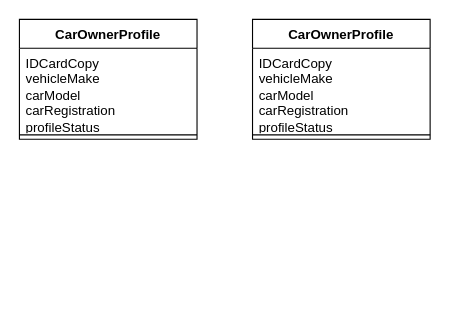
Earlier version of the draw.io diagram Domain model.drawio (Cluster321/TDDC88). Source tidied: cells renumbered, new cells numbered last; positions are measured from the earlier drawing's top-left corner, leaving out a move shared by most shapes. Both pictures are drawn from the tidied source at 111%, with x=0, y=0 at pixel (19, 19).
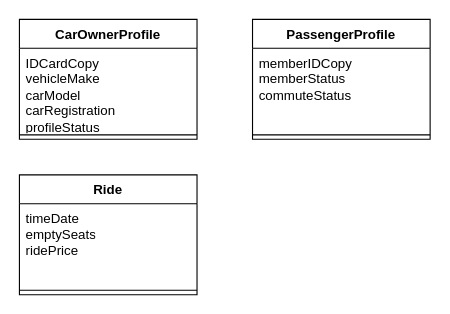
Above is the later version.

The edit, as a diff of the source:
```diff
@@
 <mxGraphModel>
   <root>
     <mxCell id="0" />
     <mxCell id="1" parent="0" />
     <mxCell id="2" value="CarOwnerProfile" style="swimlane;fontStyle=1;align=center;verticalAlign=top;horizontal=1;startSize=26;whiteSpace=wrap;html=1;" parent="1" vertex="1">
       <mxGeometry width="160" height="108" as="geometry" />
     </mxCell>
     <mxCell id="3" value="&lt;div&gt;IDCardCopy&lt;/div&gt;&lt;div&gt;vehicleMake&lt;/div&gt;&lt;div&gt;carModel&lt;/div&gt;&lt;div&gt;carRegistration&lt;/div&gt;&lt;div&gt;profileStatus&lt;/div&gt;" style="text;strokeColor=none;fillColor=none;align=left;verticalAlign=top;spacingLeft=4;spacingRight=4;overflow=hidden;whiteSpace=wrap;html=1;" parent="2" vertex="1">
       <mxGeometry y="26" width="160" height="74" as="geometry" />
     </mxCell>
     <mxCell id="4" style="line;strokeWidth=1;fillColor=none;align=left;verticalAlign=middle;spacingTop=-1;spacingLeft=3;spacingRight=3;labelPosition=right;strokeColor=inherit;" parent="2" vertex="1">
       <mxGeometry y="100" width="160" height="8" as="geometry" />
     </mxCell>
-    <mxCell id="5" value="CarOwnerProfile" style="swimlane;fontStyle=1;align=center;verticalAlign=top;horizontal=1;startSize=26;whiteSpace=wrap;html=1;" parent="1" vertex="1">
+    <mxCell id="5" value="PassengerProfile" style="swimlane;fontStyle=1;align=center;verticalAlign=top;horizontal=1;startSize=26;whiteSpace=wrap;html=1;" parent="1" vertex="1">
       <mxGeometry x="210" width="160" height="108" as="geometry" />
     </mxCell>
-    <mxCell id="6" value="&lt;div&gt;IDCardCopy&lt;/div&gt;&lt;div&gt;vehicleMake&lt;/div&gt;&lt;div&gt;carModel&lt;/div&gt;&lt;div&gt;carRegistration&lt;/div&gt;&lt;div&gt;profileStatus&lt;/div&gt;" style="text;strokeColor=none;fillColor=none;align=left;verticalAlign=top;spacingLeft=4;spacingRight=4;overflow=hidden;whiteSpace=wrap;html=1;" parent="5" vertex="1">
+    <mxCell id="6" value="&lt;div&gt;memberIDCopy&lt;/div&gt;&lt;div&gt;memberStatus&lt;/div&gt;&lt;div&gt;commuteStatus&lt;/div&gt;&lt;div&gt;&lt;br&gt;&lt;/div&gt;" style="text;strokeColor=none;fillColor=none;align=left;verticalAlign=top;spacingLeft=4;spacingRight=4;overflow=hidden;whiteSpace=wrap;html=1;" parent="5" vertex="1">
       <mxGeometry y="26" width="160" height="74" as="geometry" />
     </mxCell>
     <mxCell id="7" style="line;strokeWidth=1;fillColor=none;align=left;verticalAlign=middle;spacingTop=-1;spacingLeft=3;spacingRight=3;labelPosition=right;strokeColor=inherit;" parent="5" vertex="1">
       <mxGeometry y="100" width="160" height="8" as="geometry" />
     </mxCell>
+    <mxCell id="8" value="Ride" style="swimlane;fontStyle=1;align=center;verticalAlign=top;horizontal=1;startSize=26;whiteSpace=wrap;html=1;" parent="1" vertex="1">
+      <mxGeometry y="140" width="160" height="108" as="geometry" />
+    </mxCell>
+    <mxCell id="9" value="&lt;div&gt;timeDate&lt;/div&gt;&lt;div&gt;emptySeats&lt;/div&gt;&lt;div&gt;ridePrice&lt;/div&gt;&lt;div&gt;&lt;br&gt;&lt;/div&gt;" style="text;strokeColor=none;fillColor=none;align=left;verticalAlign=top;spacingLeft=4;spacingRight=4;overflow=hidden;whiteSpace=wrap;html=1;" parent="8" vertex="1">
+      <mxGeometry y="26" width="160" height="74" as="geometry" />
+    </mxCell>
+    <mxCell id="10" style="line;strokeWidth=1;fillColor=none;align=left;verticalAlign=middle;spacingTop=-1;spacingLeft=3;spacingRight=3;labelPosition=right;strokeColor=inherit;" parent="8" vertex="1">
+      <mxGeometry y="100" width="160" height="8" as="geometry" />
+    </mxCell>
   </root>
 </mxGraphModel>
```
